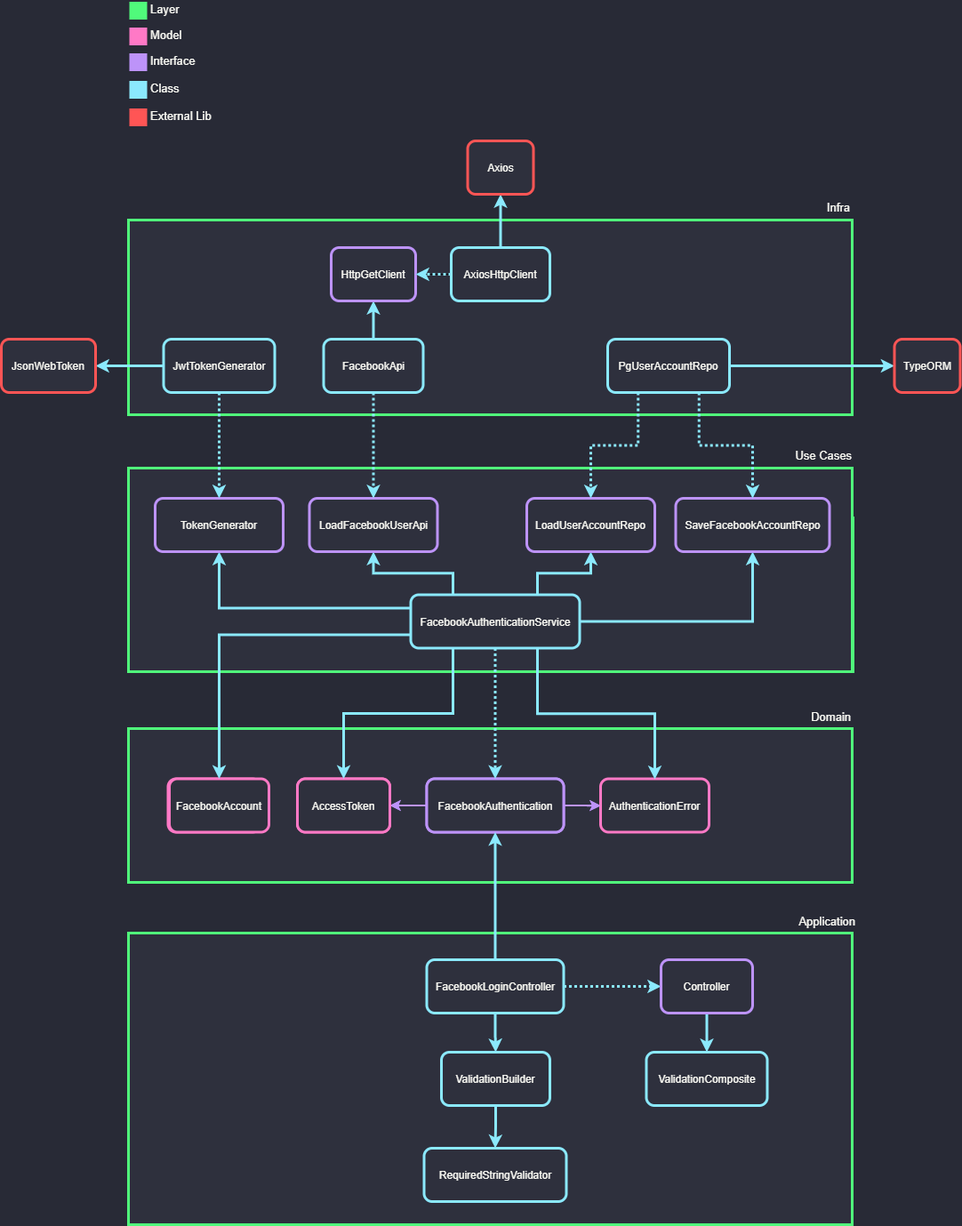
Earlier version of the draw.io export documentation/dependencies.png (vinicamposdev/advanced-node). Source tidied: cells renumbered, new cells last; positions are measured from the earlier drawing's top-left corner, leaving out a move shared by most shapes.
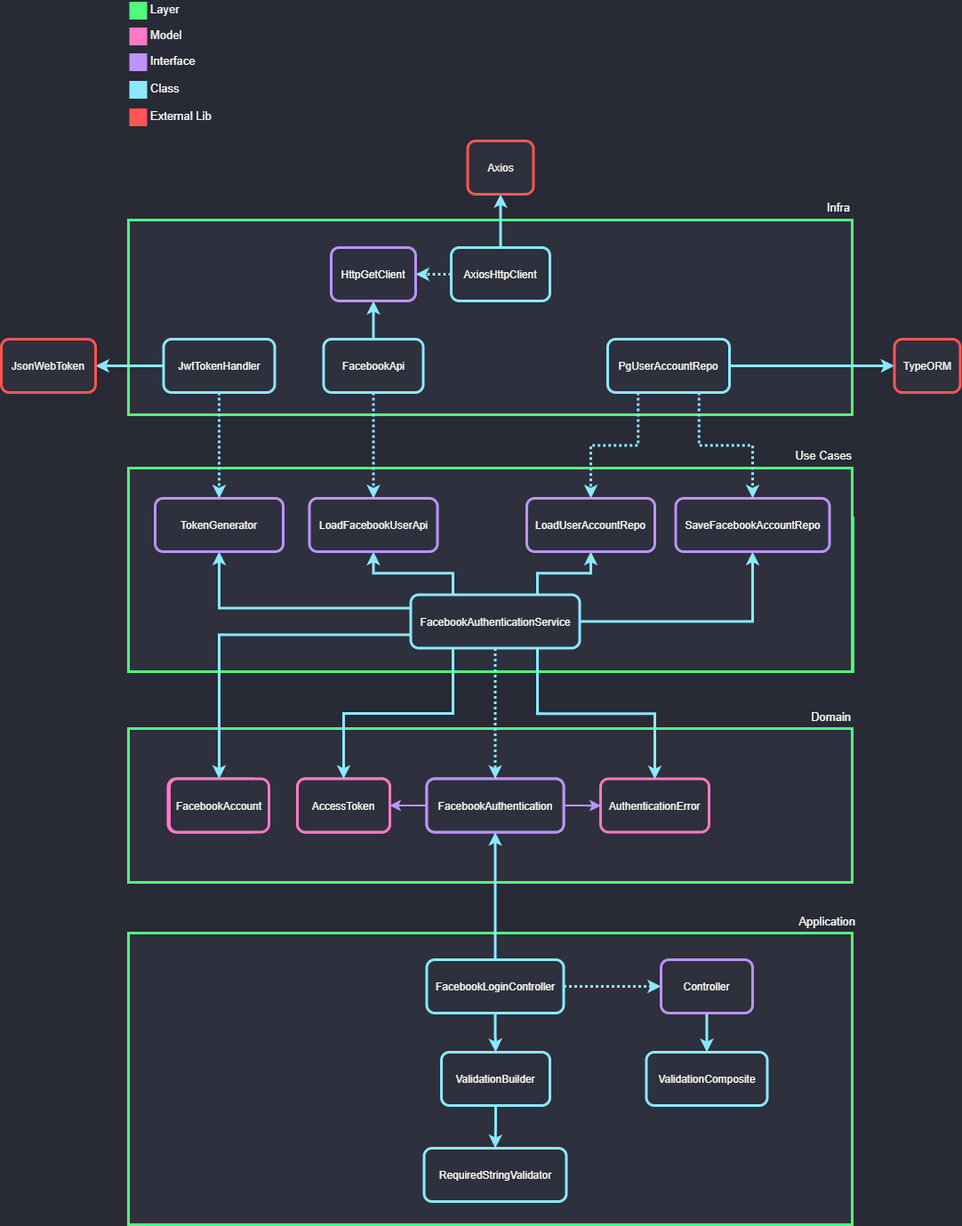
Later version of the same file.

Commit message:
refactor: rename JwtTokenGenerator to JwtTokenHandler

Change to the diagram source:
```diff
@@ -193,7 +193,7 @@
     <mxCell id="62" style="edgeStyle=orthogonalEdgeStyle;rounded=0;jettySize=auto;html=1;exitX=0;exitY=0.5;exitDx=0;exitDy=0;entryX=1;entryY=0.5;entryDx=0;entryDy=0;strokeColor=#8BE9FD;strokeWidth=3;" parent="1" edge="1" source="63" target="64">
       <mxGeometry relative="1" as="geometry" />
     </mxCell>
-    <mxCell id="63" value="JwtTokenGenerator" style="rounded=1;whiteSpace=wrap;html=1;strokeColor=#8BE9FD;fillColor=#2E303D;strokeWidth=3;fontColor=#F8F8F2;" parent="1" vertex="1">
+    <mxCell id="63" value="JwtTokenHandler" style="rounded=1;whiteSpace=wrap;html=1;strokeColor=#8BE9FD;fillColor=#2E303D;strokeWidth=3;fontColor=#F8F8F2;" parent="1" vertex="1">
       <mxGeometry x="182.5" y="380" width="125" height="60" as="geometry" />
     </mxCell>
     <mxCell id="64" value="JsonWebToken" style="rounded=1;whiteSpace=wrap;html=1;strokeColor=#FF5555;fillColor=#2E303D;strokeWidth=3;fontColor=#F8F8F2;" parent="1" vertex="1">
```
